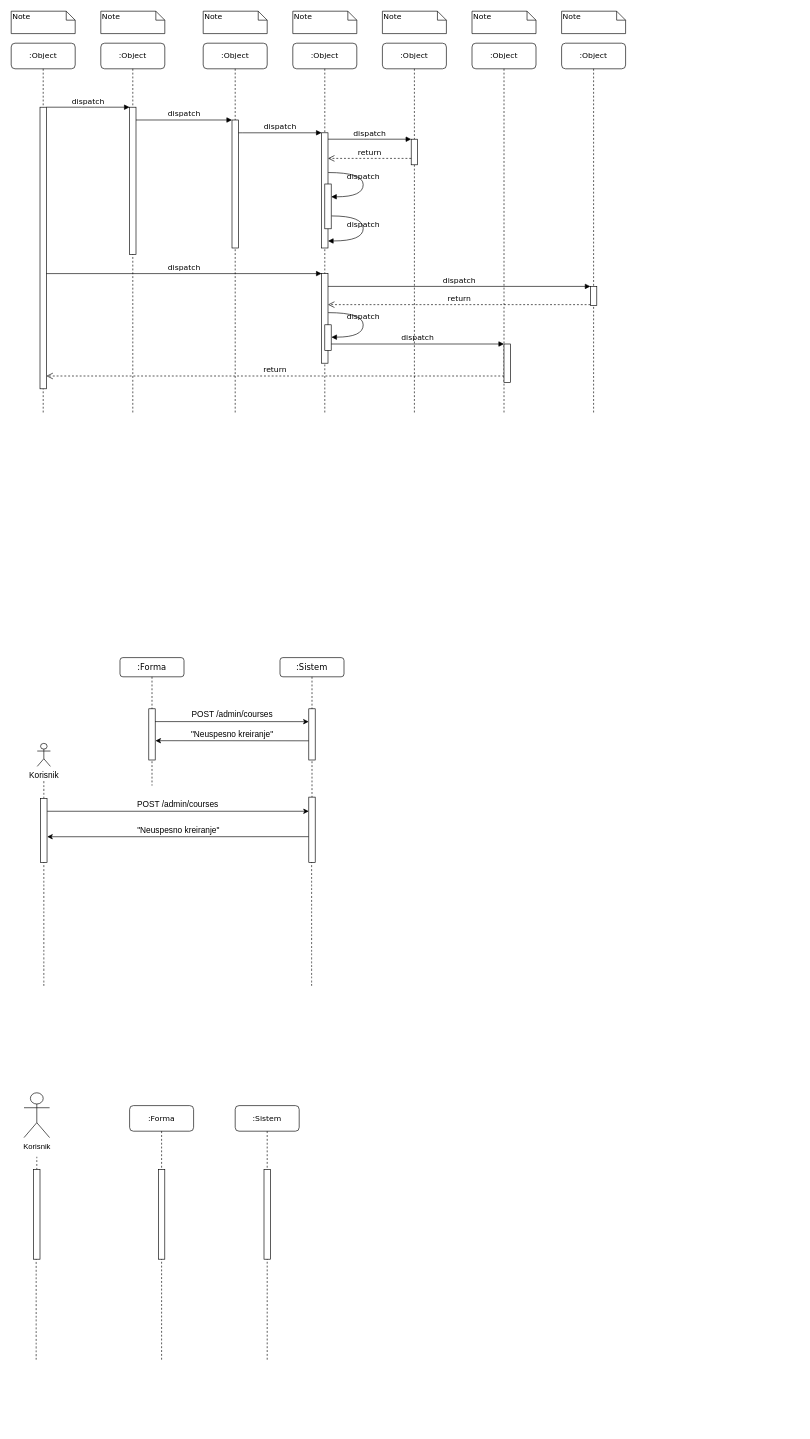
Before: folder/Untitled Diagram.drawio in mata998/drawio, a draw.io diagram. Source tidied: cells renumbered, new cells numbered last; positions are measured from the earlier drawing's top-left corner, leaving out a move shared by most shapes. Both pictures are drawn from the tidied source at 64%, with x=0, y=0 at pixel (11, 11).
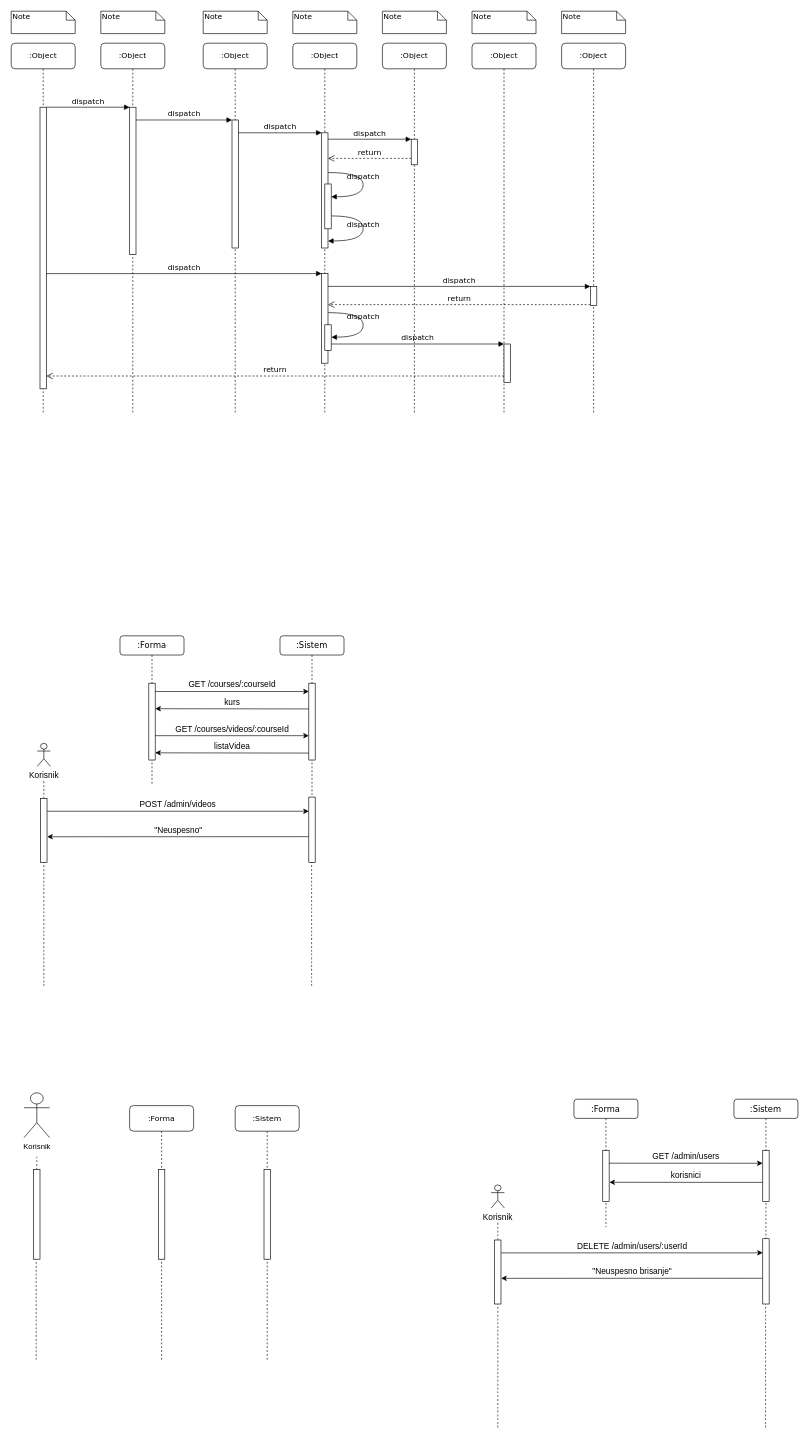
After the change.

Unchanged cells that the change refers to:
```xml
<mxCell id="44" style="html=1;points=[];perimeter=orthogonalPerimeter;rounded=0;shadow=0;comic=0;labelBackgroundColor=none;strokeWidth=1;fontFamily=Verdana;fontSize=12;align=center;" parent="1" vertex="1">
  <mxGeometry x="46" y="1230" width="10" height="100" as="geometry" />
</mxCell>
```

Change to the diagram source:
```diff
@@
     <mxCell id="41" value=":Sistem" style="shape=umlLifeline;perimeter=lifelinePerimeter;whiteSpace=wrap;html=1;rounded=1;shadow=0;comic=0;labelBackgroundColor=none;strokeWidth=1;fontFamily=Verdana;fontSize=13;align=center;size=30;" parent="1" vertex="1">
-      <mxGeometry x="420" y="1010" width="100" height="320" as="geometry" />
+      <mxGeometry x="420" y="976" width="100" height="320" as="geometry" />
     </mxCell>
-    <mxCell id="42" style="html=1;points=[];perimeter=orthogonalPerimeter;rounded=0;shadow=0;comic=0;labelBackgroundColor=none;strokeWidth=1;fontFamily=Verdana;fontSize=12;align=center;" parent="41" vertex="1">
-      <mxGeometry x="45" y="80" width="10" height="80" as="geometry" />
-    </mxCell>
     <mxCell id="43" style="html=1;points=[];perimeter=orthogonalPerimeter;rounded=0;shadow=0;comic=0;labelBackgroundColor=none;strokeWidth=1;fontFamily=Verdana;fontSize=12;align=center;" parent="41" vertex="1">
-      <mxGeometry x="45" y="218" width="10" height="102" as="geometry" />
+      <mxGeometry x="45" y="252" width="10" height="102" as="geometry" />
     </mxCell>
+    <mxCell id="61" style="html=1;points=[];perimeter=orthogonalPerimeter;rounded=0;shadow=0;comic=0;labelBackgroundColor=none;strokeWidth=1;fontFamily=Verdana;fontSize=12;align=center;" parent="41" vertex="1">
+      <mxGeometry x="45" y="74" width="10" height="120" as="geometry" />
+    </mxCell>
@@
-    <mxCell id="54" value="POST /admin/courses" style="endArrow=classic;html=1;rounded=0;fontSize=13;exitX=1.023;exitY=0.201;exitDx=0;exitDy=0;exitPerimeter=0;verticalAlign=bottom;" parent="1" edge="1" source="44" target="43">
+    <mxCell id="54" value="POST /admin/videos" style="endArrow=classic;html=1;rounded=0;fontSize=13;exitX=1.023;exitY=0.201;exitDx=0;exitDy=0;exitPerimeter=0;verticalAlign=bottom;" parent="1" edge="1" source="44" target="43">
       <mxGeometry relative="1" as="geometry" />
     </mxCell>
-    <mxCell id="55" value="&quot;Neuspesno kreiranje&quot;" style="endArrow=classic;html=1;rounded=0;fontSize=13;verticalAlign=bottom;entryX=1.025;entryY=0.599;entryDx=0;entryDy=0;entryPerimeter=0;exitX=-0.038;exitY=0.606;exitDx=0;exitDy=0;exitPerimeter=0;" parent="1" edge="1" source="43" target="44">
+    <mxCell id="55" value="&quot;Neuspesno&quot;" style="endArrow=classic;html=1;rounded=0;fontSize=13;verticalAlign=bottom;entryX=1.025;entryY=0.599;entryDx=0;entryDy=0;entryPerimeter=0;exitX=-0.038;exitY=0.606;exitDx=0;exitDy=0;exitPerimeter=0;" parent="1" edge="1" source="43" target="44">
       <mxGeometry relative="1" as="geometry" />
     </mxCell>
     <mxCell id="56" value=":Forma" style="shape=umlLifeline;perimeter=lifelinePerimeter;whiteSpace=wrap;html=1;rounded=1;shadow=0;comic=0;labelBackgroundColor=none;strokeWidth=1;fontFamily=Verdana;fontSize=13;align=center;size=30;" parent="1" vertex="1">
-      <mxGeometry x="170" y="1010" width="100" height="200" as="geometry" />
+      <mxGeometry x="170" y="976" width="100" height="234" as="geometry" />
     </mxCell>
     <mxCell id="57" style="html=1;points=[];perimeter=orthogonalPerimeter;rounded=0;shadow=0;comic=0;labelBackgroundColor=none;strokeWidth=1;fontFamily=Verdana;fontSize=12;align=center;" parent="56" vertex="1">
-      <mxGeometry x="45" y="80" width="10" height="80" as="geometry" />
+      <mxGeometry x="45" y="74" width="10" height="120" as="geometry" />
     </mxCell>
@@
-    <mxCell id="59" value="POST /admin/courses" style="endArrow=classic;html=1;rounded=0;fontSize=13;verticalAlign=bottom;exitX=0.981;exitY=0.25;exitDx=0;exitDy=0;exitPerimeter=0;entryX=-0.018;entryY=0.251;entryDx=0;entryDy=0;entryPerimeter=0;" parent="1" edge="1" source="57" target="42">
-      <mxGeometry relative="1" as="geometry" />
+    <mxCell id="59" value="GET /courses/:courseId" style="endArrow=classic;html=1;rounded=0;fontSize=13;verticalAlign=bottom;exitX=0.981;exitY=0.25;exitDx=0;exitDy=0;exitPerimeter=0;" parent="1" edge="1" target="61">
+      <mxGeometry relative="1" as="geometry">
+        <mxPoint x="224.8" y="1063" as="sourcePoint" />
+      </mxGeometry>
     </mxCell>
-    <mxCell id="60" value="&quot;Neuspesno kreiranje&quot;" style="endArrow=classic;html=1;rounded=0;fontSize=13;verticalAlign=bottom;exitX=-0.022;exitY=0.625;exitDx=0;exitDy=0;exitPerimeter=0;entryX=1.035;entryY=0.623;entryDx=0;entryDy=0;entryPerimeter=0;" parent="1" edge="1" source="42" target="57">
-      <mxGeometry relative="1" as="geometry" />
+    <mxCell id="60" value="kurs" style="endArrow=classic;html=1;rounded=0;fontSize=13;verticalAlign=bottom;exitX=-0.022;exitY=0.625;exitDx=0;exitDy=0;exitPerimeter=0;entryX=1.015;entryY=0.332;entryDx=0;entryDy=0;entryPerimeter=0;" parent="1" edge="1" target="57">
+      <mxGeometry relative="1" as="geometry">
+        <mxPoint x="464.8" y="1090.2" as="sourcePoint" />
+      </mxGeometry>
     </mxCell>
+    <mxCell id="62" value="&lt;font style=&quot;font-size: 13px;&quot;&gt;Korisnik&lt;/font&gt;" style="shape=umlActor;verticalLabelPosition=bottom;verticalAlign=top;html=1;" parent="1" vertex="1">
+      <mxGeometry x="750" y="1834" width="20.6" height="36" as="geometry" />
+    </mxCell>
+    <mxCell id="63" style="endArrow=none;dashed=1;html=1;curved=1;startArrow=none;" parent="1" edge="1" source="67">
+      <mxGeometry relative="1" as="geometry">
+        <mxPoint x="760.3" y="1893" as="targetPoint" />
+      </mxGeometry>
+    </mxCell>
+    <mxCell id="64" value=":Sistem" style="shape=umlLifeline;perimeter=lifelinePerimeter;whiteSpace=wrap;html=1;rounded=1;shadow=0;comic=0;labelBackgroundColor=none;strokeWidth=1;fontFamily=Verdana;fontSize=13;align=center;size=30;" parent="1" vertex="1">
+      <mxGeometry x="1129.3" y="1700" width="100" height="320" as="geometry" />
+    </mxCell>
+    <mxCell id="65" style="html=1;points=[];perimeter=orthogonalPerimeter;rounded=0;shadow=0;comic=0;labelBackgroundColor=none;strokeWidth=1;fontFamily=Verdana;fontSize=12;align=center;" parent="64" vertex="1">
+      <mxGeometry x="45" y="80" width="10" height="80" as="geometry" />
+    </mxCell>
+    <mxCell id="66" style="html=1;points=[];perimeter=orthogonalPerimeter;rounded=0;shadow=0;comic=0;labelBackgroundColor=none;strokeWidth=1;fontFamily=Verdana;fontSize=12;align=center;" parent="64" vertex="1">
+      <mxGeometry x="45" y="218" width="10" height="102" as="geometry" />
+    </mxCell>
+    <mxCell id="67" style="html=1;points=[];perimeter=orthogonalPerimeter;rounded=0;shadow=0;comic=0;labelBackgroundColor=none;strokeWidth=1;fontFamily=Verdana;fontSize=12;align=center;" parent="1" vertex="1">
+      <mxGeometry x="755.3" y="1920" width="10" height="100" as="geometry" />
+    </mxCell>
+    <mxCell id="68" style="endArrow=none;dashed=1;html=1;curved=1;" parent="1" edge="1" target="67">
+      <mxGeometry relative="1" as="geometry">
+        <mxPoint x="760.3" y="2213" as="sourcePoint" />
+      </mxGeometry>
+    </mxCell>
+    <mxCell id="69" value="DELETE /admin/users/:userId" style="endArrow=classic;html=1;rounded=0;fontSize=13;exitX=1.023;exitY=0.201;exitDx=0;exitDy=0;exitPerimeter=0;verticalAlign=bottom;" parent="1" edge="1" source="67" target="66">
+      <mxGeometry relative="1" as="geometry" />
+    </mxCell>
+    <mxCell id="70" value="&quot;Neuspesno brisanje&quot;" style="endArrow=classic;html=1;rounded=0;fontSize=13;verticalAlign=bottom;entryX=1.025;entryY=0.599;entryDx=0;entryDy=0;entryPerimeter=0;exitX=-0.038;exitY=0.606;exitDx=0;exitDy=0;exitPerimeter=0;" parent="1" edge="1" source="66" target="67">
+      <mxGeometry relative="1" as="geometry" />
+    </mxCell>
+    <mxCell id="71" value=":Forma" style="shape=umlLifeline;perimeter=lifelinePerimeter;whiteSpace=wrap;html=1;rounded=1;shadow=0;comic=0;labelBackgroundColor=none;strokeWidth=1;fontFamily=Verdana;fontSize=13;align=center;size=30;" parent="1" vertex="1">
+      <mxGeometry x="879.3" y="1700" width="100" height="200" as="geometry" />
+    </mxCell>
+    <mxCell id="72" style="html=1;points=[];perimeter=orthogonalPerimeter;rounded=0;shadow=0;comic=0;labelBackgroundColor=none;strokeWidth=1;fontFamily=Verdana;fontSize=12;align=center;" parent="71" vertex="1">
+      <mxGeometry x="45" y="80" width="10" height="80" as="geometry" />
+    </mxCell>
+    <mxCell id="73" style="endArrow=none;dashed=1;html=1;curved=1;" parent="1" edge="1">
+      <mxGeometry relative="1" as="geometry">
+        <mxPoint x="1178.7" y="2213" as="sourcePoint" />
+        <mxPoint x="1178.7" y="2020" as="targetPoint" />
+      </mxGeometry>
+    </mxCell>
+    <mxCell id="74" value="GET /admin/users" style="endArrow=classic;html=1;rounded=0;fontSize=13;verticalAlign=bottom;exitX=0.981;exitY=0.25;exitDx=0;exitDy=0;exitPerimeter=0;entryX=-0.018;entryY=0.251;entryDx=0;entryDy=0;entryPerimeter=0;" parent="1" edge="1" source="72" target="65">
+      <mxGeometry relative="1" as="geometry" />
+    </mxCell>
+    <mxCell id="75" value="korisnici" style="endArrow=classic;html=1;rounded=0;fontSize=13;verticalAlign=bottom;exitX=-0.022;exitY=0.625;exitDx=0;exitDy=0;exitPerimeter=0;entryX=1.035;entryY=0.623;entryDx=0;entryDy=0;entryPerimeter=0;" parent="1" edge="1" source="65" target="72">
+      <mxGeometry relative="1" as="geometry" />
+    </mxCell>
+    <mxCell id="76" value="GET /courses/videos/:courseId" style="endArrow=classic;html=1;rounded=0;fontSize=13;verticalAlign=bottom;exitX=0.981;exitY=0.25;exitDx=0;exitDy=0;exitPerimeter=0;" parent="1" edge="1">
+      <mxGeometry relative="1" as="geometry">
+        <mxPoint x="224.8" y="1132" as="sourcePoint" />
+        <mxPoint x="465" y="1132" as="targetPoint" />
+      </mxGeometry>
+    </mxCell>
+    <mxCell id="77" value="listaVidea" style="endArrow=classic;html=1;rounded=0;fontSize=13;verticalAlign=bottom;exitX=-0.022;exitY=0.625;exitDx=0;exitDy=0;exitPerimeter=0;entryX=1.015;entryY=0.332;entryDx=0;entryDy=0;entryPerimeter=0;" parent="1" edge="1">
+      <mxGeometry relative="1" as="geometry">
+        <mxPoint x="464.8" y="1159.2" as="sourcePoint" />
+        <mxPoint x="225.1" y="1158.8" as="targetPoint" />
+      </mxGeometry>
+    </mxCell>
```
